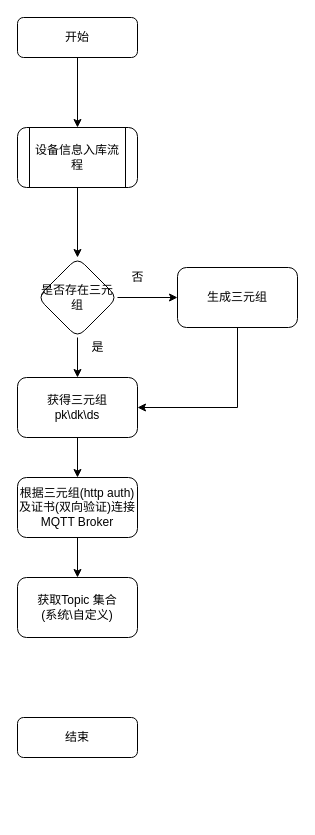
This is 设备连接流程.drawio from wjwzero/DesignDrawing-, a draw.io file, before an edit. Source tidied: cells renumbered, new cells numbered last; positions are measured from the earlier drawing's top-left corner, leaving out a move shared by most shapes. Both pictures are drawn from the tidied source at 100%, with x=0, y=0 at pixel (17, 17).
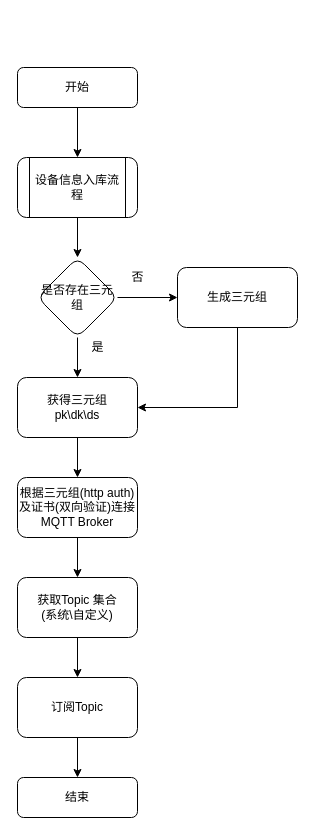
Above is the later version.

Commit message:
更新设备连接流程.drawio

The change refers to these unchanged cells:
```xml
<mxCell id="18" value="&lt;span&gt;获取Topic 集合&lt;/span&gt;&lt;br&gt;&lt;span&gt;(系统\自定义)&lt;/span&gt;" style="whiteSpace=wrap;html=1;rounded=1;shadow=0;strokeWidth=1;glass=0;" parent="1" vertex="1">
  <mxGeometry y="560" width="120" height="60" as="geometry" />
</mxCell>
```

The edit, as a diff of the source:
```diff
@@
     <mxCell id="3" value="开始" style="rounded=1;whiteSpace=wrap;html=1;fontSize=12;glass=0;strokeWidth=1;shadow=0;" parent="1" vertex="1">
-      <mxGeometry width="120" height="40" as="geometry" />
+      <mxGeometry y="50" width="120" height="40" as="geometry" />
     </mxCell>
     <mxCell id="4" value="结束" style="rounded=1;whiteSpace=wrap;html=1;fontSize=12;glass=0;strokeWidth=1;shadow=0;" parent="1" vertex="1">
-      <mxGeometry y="700" width="120" height="40" as="geometry" />
+      <mxGeometry y="760" width="120" height="40" as="geometry" />
     </mxCell>
@@
     <mxCell id="6" value="设备信息入库流程" style="shape=process;whiteSpace=wrap;html=1;backgroundOutline=1;rounded=1;shadow=0;strokeWidth=1;glass=0;" parent="1" vertex="1">
-      <mxGeometry y="110" width="120" height="60" as="geometry" />
+      <mxGeometry y="140" width="120" height="60" as="geometry" />
     </mxCell>
@@
+    <mxCell id="19" style="edgeStyle=orthogonalEdgeStyle;rounded=0;jettySize=auto;html=1;" parent="1" edge="1" source="18" target="21">
+      <mxGeometry relative="1" as="geometry" />
+    </mxCell>
@@
+    <mxCell id="20" style="edgeStyle=orthogonalEdgeStyle;rounded=0;jettySize=auto;html=1;" parent="1" edge="1" source="21" target="4">
+      <mxGeometry relative="1" as="geometry" />
+    </mxCell>
+    <mxCell id="21" value="订阅Topic" style="whiteSpace=wrap;html=1;rounded=1;shadow=0;strokeWidth=1;glass=0;" parent="1" vertex="1">
+      <mxGeometry y="660" width="120" height="60" as="geometry" />
+    </mxCell>
```
